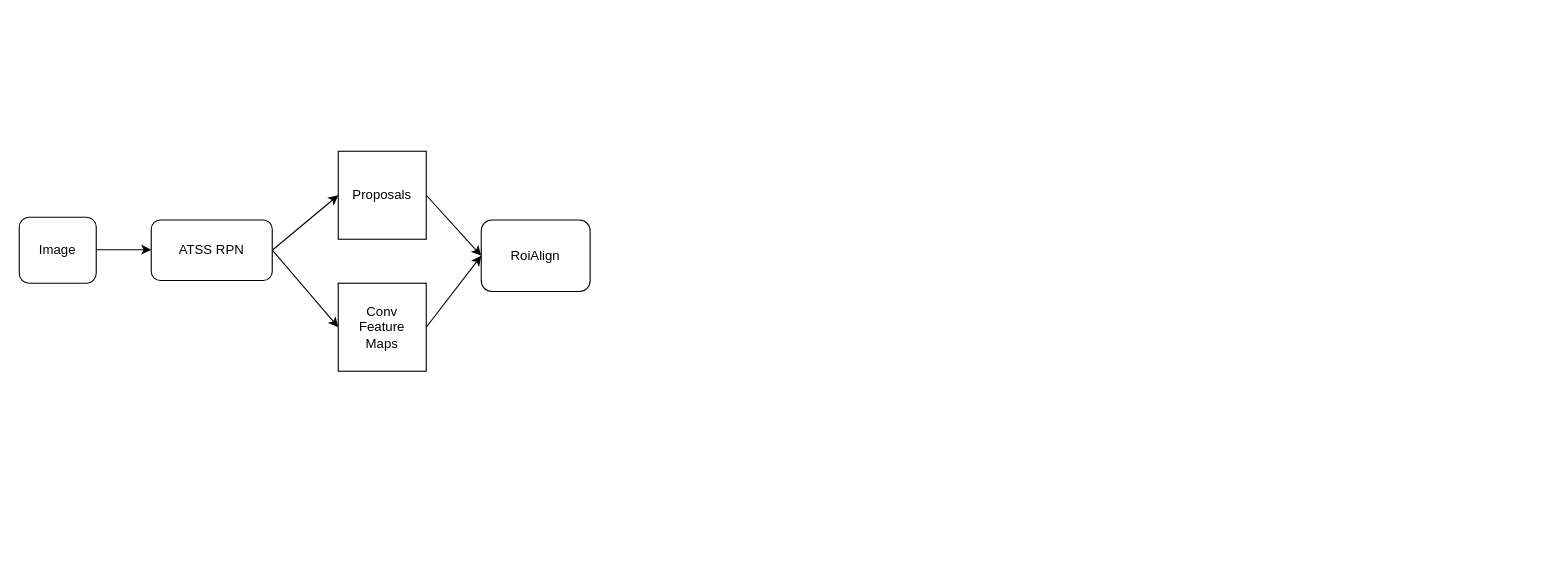
Above: 多模态目标检测.drawio in thb1314/for_draw_io (draw.io), before the change. Source tidied: cells renumbered, new cells numbered last; positions are measured from the earlier drawing's top-left corner, leaving out a move shared by most shapes. Both pictures are drawn from the tidied source at 110%, with x=0, y=0 at pixel (19, 151).
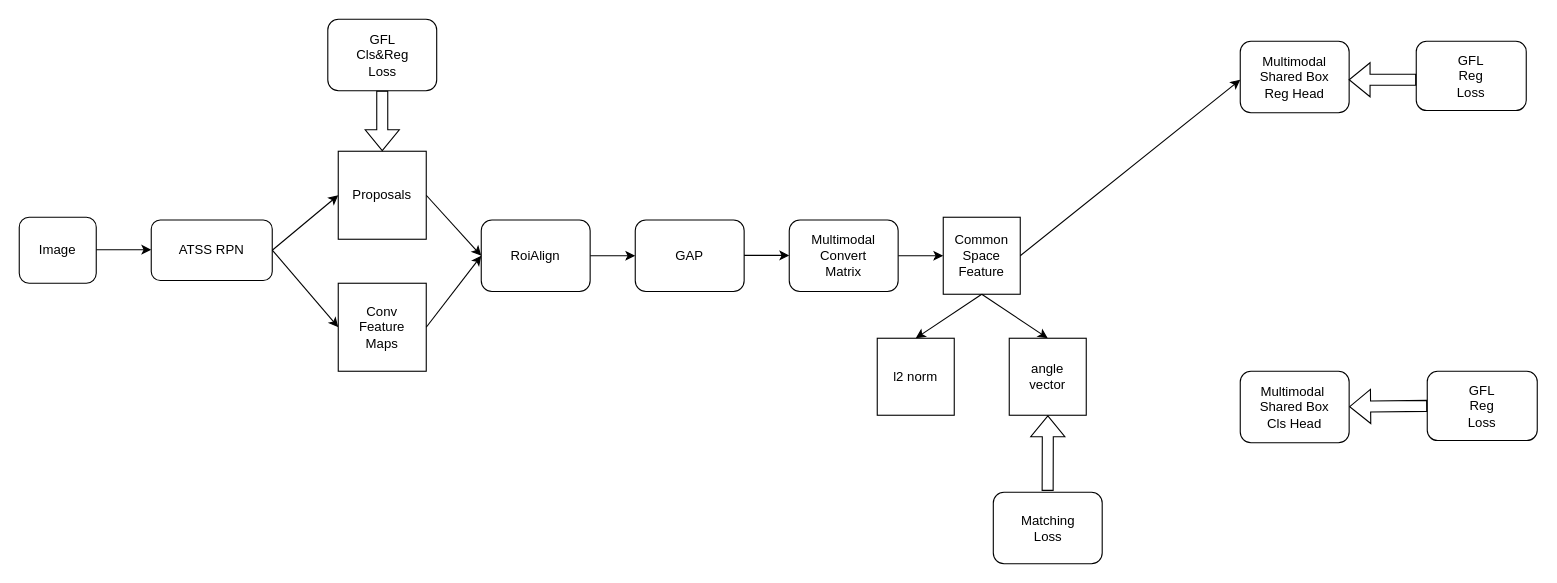
The same diagram, later.

Commit message (it also covers changes not shown here):
更新多模态目标检测.drawio

Unchanged cells that the change refers to:
```xml
<mxCell id="6" value="RoiAlign" style="rounded=1;whiteSpace=wrap;html=1;" parent="1" vertex="1">
  <mxGeometry x="420" y="62.5" width="99" height="65" as="geometry" />
</mxCell>
<mxCell id="8" value="Proposals" style="whiteSpace=wrap;html=1;" parent="1" vertex="1">
  <mxGeometry x="290" width="80" height="80" as="geometry" />
</mxCell>
```

What changed in the source:
```diff
@@
+    <mxCell id="12" style="edgeStyle=orthogonalEdgeStyle;rounded=0;jettySize=auto;html=1;exitX=1;exitY=0.5;exitDx=0;exitDy=0;entryX=0;entryY=0.5;entryDx=0;entryDy=0;" parent="1" edge="1" source="6" target="17">
+      <mxGeometry relative="1" as="geometry" />
+    </mxCell>
@@
+    <mxCell id="13" value="GFL&lt;br&gt;Cls&amp;amp;Reg&lt;br&gt;Loss" style="rounded=1;whiteSpace=wrap;html=1;" parent="1" vertex="1">
+      <mxGeometry x="280.5" y="-120" width="99" height="65" as="geometry" />
+    </mxCell>
+    <mxCell id="14" style="shape=flexArrow;endArrow=classic;html=1;rounded=0;entryX=0.5;entryY=0;entryDx=0;entryDy=0;exitX=0.5;exitY=1;exitDx=0;exitDy=0;" parent="1" edge="1" source="13" target="8">
+      <mxGeometry relative="1" as="geometry" />
+    </mxCell>
+    <mxCell id="15" value="Multimodal Shared Box&lt;br&gt;Reg&amp;nbsp;Head" style="rounded=1;whiteSpace=wrap;html=1;" parent="1" vertex="1">
+      <mxGeometry x="1110" y="-100" width="99" height="65" as="geometry" />
+    </mxCell>
+    <mxCell id="16" value="Multimodal&amp;nbsp;&lt;br&gt;Shared Box&lt;br&gt;Cls Head" style="rounded=1;whiteSpace=wrap;html=1;" parent="1" vertex="1">
+      <mxGeometry x="1110" y="200" width="99" height="65" as="geometry" />
+    </mxCell>
+    <mxCell id="17" value="GAP" style="rounded=1;whiteSpace=wrap;html=1;" parent="1" vertex="1">
+      <mxGeometry x="560" y="62.5" width="99" height="65" as="geometry" />
+    </mxCell>
+    <mxCell id="18" style="edgeStyle=orthogonalEdgeStyle;rounded=0;jettySize=auto;html=1;exitX=1;exitY=0.5;exitDx=0;exitDy=0;" parent="1" edge="1" source="19" target="21">
+      <mxGeometry relative="1" as="geometry" />
+    </mxCell>
+    <mxCell id="19" value="Multimodal&lt;br&gt;Convert&lt;br&gt;Matrix" style="rounded=1;whiteSpace=wrap;html=1;" parent="1" vertex="1">
+      <mxGeometry x="700" y="62.5" width="99" height="65" as="geometry" />
+    </mxCell>
+    <mxCell id="20" style="edgeStyle=orthogonalEdgeStyle;rounded=0;orthogonalLoop=1;jettySize=auto;html=1;exitX=1;exitY=0.5;exitDx=0;exitDy=0;entryX=0;entryY=0.5;entryDx=0;entryDy=0;" parent="1" edge="1">
+      <mxGeometry relative="1" as="geometry">
+        <mxPoint x="659" y="94.7" as="sourcePoint" />
+        <mxPoint x="700" y="94.7" as="targetPoint" />
+      </mxGeometry>
+    </mxCell>
+    <mxCell id="21" value="Common&lt;br&gt;Space&lt;br&gt;Feature" style="whiteSpace=wrap;html=1;" parent="1" vertex="1">
+      <mxGeometry x="840" y="60" width="70" height="70" as="geometry" />
+    </mxCell>
+    <mxCell id="22" value="Matching&lt;br&gt;Loss" style="rounded=1;whiteSpace=wrap;html=1;" parent="1" vertex="1">
+      <mxGeometry x="885.5" y="310" width="99" height="65" as="geometry" />
+    </mxCell>
+    <mxCell id="23" style="endArrow=classic;html=1;rounded=0;exitX=1;exitY=0.5;exitDx=0;exitDy=0;" parent="1" edge="1" source="21">
+      <mxGeometry relative="1" as="geometry">
+        <mxPoint x="1110" y="-65" as="targetPoint" />
+      </mxGeometry>
+    </mxCell>
+    <mxCell id="24" value="GFL&lt;br&gt;Reg&lt;br&gt;Loss" style="rounded=1;whiteSpace=wrap;html=1;" parent="1" vertex="1">
+      <mxGeometry x="1270" y="-100" width="100" height="63" as="geometry" />
+    </mxCell>
+    <mxCell id="25" style="shape=flexArrow;endArrow=classic;html=1;rounded=0;entryX=0.5;entryY=0;entryDx=0;entryDy=0;" parent="1" edge="1">
+      <mxGeometry relative="1" as="geometry">
+        <mxPoint x="1270" y="-65" as="sourcePoint" />
+        <mxPoint x="1208.5" y="-65" as="targetPoint" />
+      </mxGeometry>
+    </mxCell>
+    <mxCell id="26" value="GFL&lt;br&gt;Reg&lt;br&gt;Loss" style="rounded=1;whiteSpace=wrap;html=1;" parent="1" vertex="1">
+      <mxGeometry x="1280" y="200" width="100" height="63" as="geometry" />
+    </mxCell>
+    <mxCell id="27" style="shape=flexArrow;endArrow=classic;html=1;rounded=0;entryX=0.5;entryY=0;entryDx=0;entryDy=0;exitX=0;exitY=0.5;exitDx=0;exitDy=0;" parent="1" edge="1" source="26">
+      <mxGeometry relative="1" as="geometry">
+        <mxPoint x="1209" y="232.2" as="targetPoint" />
+      </mxGeometry>
+    </mxCell>
+    <mxCell id="28" value="l2 norm" style="whiteSpace=wrap;html=1;" parent="1" vertex="1">
+      <mxGeometry x="780" y="170" width="70" height="70" as="geometry" />
+    </mxCell>
+    <mxCell id="29" value="angle&lt;br&gt;vector" style="whiteSpace=wrap;html=1;" parent="1" vertex="1">
+      <mxGeometry x="900" y="170" width="70" height="70" as="geometry" />
+    </mxCell>
+    <mxCell id="30" style="endArrow=classic;html=1;rounded=0;entryX=0.5;entryY=0;entryDx=0;entryDy=0;exitX=0.5;exitY=1;exitDx=0;exitDy=0;" parent="1" edge="1" source="21" target="28">
+      <mxGeometry relative="1" as="geometry" />
+    </mxCell>
+    <mxCell id="31" style="endArrow=classic;html=1;rounded=0;entryX=0.5;entryY=0;entryDx=0;entryDy=0;exitX=0.5;exitY=1;exitDx=0;exitDy=0;" parent="1" edge="1" source="21" target="29">
+      <mxGeometry relative="1" as="geometry" />
+    </mxCell>
+    <mxCell id="32" style="shape=flexArrow;endArrow=classic;html=1;rounded=0;entryX=0.5;entryY=1;entryDx=0;entryDy=0;exitX=0.553;exitY=-0.019;exitDx=0;exitDy=0;exitPerimeter=0;" parent="1" edge="1">
+      <mxGeometry relative="1" as="geometry">
+        <mxPoint x="934.9" y="308.8" as="sourcePoint" />
+        <mxPoint x="935.1" y="240" as="targetPoint" />
+      </mxGeometry>
+    </mxCell>
```
